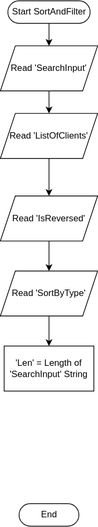
amydevs/property-client-manager keeps this draw.io diagram as docs/module-1/flowchart.drawio.svg. Above is the earlier version. Source tidied: cells renumbered, new cells last; positions are measured from the earlier drawing's top-left corner, leaving out a move shared by most shapes. Source of this version:
```xml
<mxGraphModel>
  <root>
    <mxCell id="0" />
    <mxCell id="1" parent="0" />
    <mxCell id="2" style="edgeStyle=orthogonalEdgeStyle;html=1;rounded=0;" parent="1" edge="1" source="3" target="6">
      <mxGeometry relative="1" as="geometry" />
    </mxCell>
    <mxCell id="3" value="Start SortAndFilter" style="html=1;dashed=0;whitespace=wrap;shape=mxgraph.dfd.start;" parent="1" vertex="1">
      <mxGeometry x="10" width="110" height="30" as="geometry" />
    </mxCell>
    <mxCell id="4" value="End" style="html=1;dashed=0;whitespace=wrap;shape=mxgraph.dfd.start;" parent="1" vertex="1">
      <mxGeometry x="25" y="670" width="80" height="30" as="geometry" />
    </mxCell>
    <mxCell id="5" style="edgeStyle=orthogonalEdgeStyle;html=1;rounded=0;" parent="1" edge="1" source="6" target="8">
      <mxGeometry relative="1" as="geometry" />
    </mxCell>
    <mxCell id="6" value="Read 'SearchInput'" style="shape=parallelogram;perimeter=parallelogramPerimeter;whiteSpace=wrap;html=1;fixedSize=1;" parent="1" vertex="1">
      <mxGeometry y="60" width="130" height="60" as="geometry" />
    </mxCell>
    <mxCell id="7" style="edgeStyle=orthogonalEdgeStyle;html=1;rounded=0;" parent="1" edge="1" source="8" target="10">
      <mxGeometry relative="1" as="geometry" />
    </mxCell>
    <mxCell id="8" value="Read 'ListOfClients'" style="shape=parallelogram;perimeter=parallelogramPerimeter;whiteSpace=wrap;html=1;fixedSize=1;" parent="1" vertex="1">
      <mxGeometry y="150" width="130" height="60" as="geometry" />
    </mxCell>
    <mxCell id="9" style="edgeStyle=orthogonalEdgeStyle;html=1;rounded=0;" parent="1" edge="1" source="10" target="12">
      <mxGeometry relative="1" as="geometry" />
    </mxCell>
    <mxCell id="10" value="Read 'IsReversed'" style="shape=parallelogram;perimeter=parallelogramPerimeter;whiteSpace=wrap;html=1;fixedSize=1;" parent="1" vertex="1">
      <mxGeometry y="260" width="130" height="60" as="geometry" />
    </mxCell>
    <mxCell id="11" style="edgeStyle=orthogonalEdgeStyle;rounded=0;html=1;" parent="1" edge="1" source="12" target="13">
      <mxGeometry relative="1" as="geometry" />
    </mxCell>
    <mxCell id="12" value="Read 'SortByType'" style="shape=parallelogram;perimeter=parallelogramPerimeter;whiteSpace=wrap;html=1;fixedSize=1;" parent="1" vertex="1">
      <mxGeometry y="360" width="130" height="60" as="geometry" />
    </mxCell>
    <mxCell id="13" value="'Len' = Length of 'SearchInput' String" style="rounded=0;whiteSpace=wrap;html=1;" parent="1" vertex="1">
      <mxGeometry x="5" y="460" width="120" height="60" as="geometry" />
    </mxCell>
  </root>
</mxGraphModel>
```
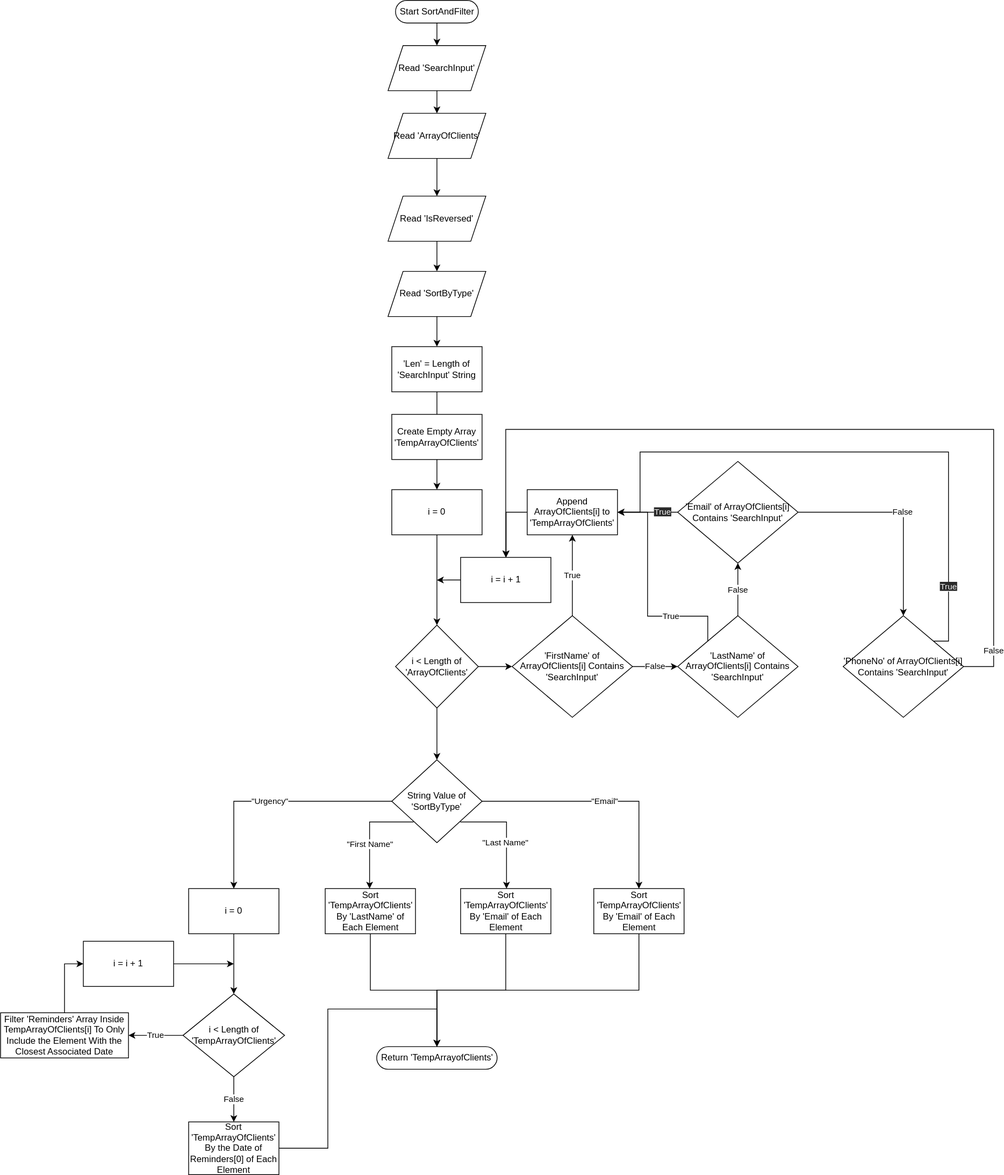
After the commit.

Change to the diagram source:
```diff
@@ -8,8 +8,8 @@
     <mxCell id="3" value="Start SortAndFilter" style="html=1;dashed=0;whitespace=wrap;shape=mxgraph.dfd.start;" parent="1" vertex="1">
       <mxGeometry x="10" width="110" height="30" as="geometry" />
     </mxCell>
-    <mxCell id="4" value="End" style="html=1;dashed=0;whitespace=wrap;shape=mxgraph.dfd.start;" parent="1" vertex="1">
-      <mxGeometry x="25" y="670" width="80" height="30" as="geometry" />
+    <mxCell id="4" value="Return 'TempArrayofClients'" style="html=1;dashed=0;whitespace=wrap;shape=mxgraph.dfd.start;" parent="1" vertex="1">
+      <mxGeometry x="-15" y="1390" width="160" height="30" as="geometry" />
     </mxCell>
     <mxCell id="5" style="edgeStyle=orthogonalEdgeStyle;html=1;rounded=0;" parent="1" edge="1" source="6" target="8">
       <mxGeometry relative="1" as="geometry" />
@@ -20,7 +20,7 @@
     <mxCell id="7" style="edgeStyle=orthogonalEdgeStyle;html=1;rounded=0;" parent="1" edge="1" source="8" target="10">
       <mxGeometry relative="1" as="geometry" />
     </mxCell>
-    <mxCell id="8" value="Read 'ListOfClients'" style="shape=parallelogram;perimeter=parallelogramPerimeter;whiteSpace=wrap;html=1;fixedSize=1;" parent="1" vertex="1">
+    <mxCell id="8" value="Read 'ArrayOfClients'" style="shape=parallelogram;perimeter=parallelogramPerimeter;whiteSpace=wrap;html=1;fixedSize=1;" parent="1" vertex="1">
       <mxGeometry y="150" width="130" height="60" as="geometry" />
     </mxCell>
     <mxCell id="9" style="edgeStyle=orthogonalEdgeStyle;html=1;rounded=0;" parent="1" edge="1" source="10" target="12">
@@ -35,8 +35,194 @@
     <mxCell id="12" value="Read 'SortByType'" style="shape=parallelogram;perimeter=parallelogramPerimeter;whiteSpace=wrap;html=1;fixedSize=1;" parent="1" vertex="1">
       <mxGeometry y="360" width="130" height="60" as="geometry" />
     </mxCell>
+    <mxCell id="14" style="edgeStyle=orthogonalEdgeStyle;html=1;rounded=0;startArrow=none;" parent="1" edge="1" source="32" target="18">
+      <mxGeometry relative="1" as="geometry" />
+    </mxCell>
     <mxCell id="13" value="'Len' = Length of 'SearchInput' String" style="rounded=0;whiteSpace=wrap;html=1;" parent="1" vertex="1">
       <mxGeometry x="5" y="460" width="120" height="60" as="geometry" />
     </mxCell>
+    <mxCell id="15" style="edgeStyle=orthogonalEdgeStyle;rounded=0;html=1;" parent="1" edge="1" source="16" target="41">
+      <mxGeometry relative="1" as="geometry" />
+    </mxCell>
+    <mxCell id="16" value="i &amp;lt; Length of 'ArrayOfClients'" style="rhombus;whiteSpace=wrap;html=1;" parent="1" vertex="1">
+      <mxGeometry x="10" y="830" width="110" height="110" as="geometry" />
+    </mxCell>
+    <mxCell id="17" style="edgeStyle=orthogonalEdgeStyle;html=1;rounded=0;" parent="1" edge="1" source="18" target="16">
+      <mxGeometry relative="1" as="geometry" />
+    </mxCell>
+    <mxCell id="18" value="i = 0" style="rounded=0;whiteSpace=wrap;html=1;" parent="1" vertex="1">
+      <mxGeometry x="5" y="650" width="120" height="60" as="geometry" />
+    </mxCell>
+    <mxCell id="19" style="edgeStyle=orthogonalEdgeStyle;rounded=0;html=1;exitX=1;exitY=0.5;exitDx=0;exitDy=0;" parent="1" edge="1" source="16" target="22">
+      <mxGeometry relative="1" as="geometry" />
+    </mxCell>
+    <mxCell id="20" value="False" style="edgeStyle=orthogonalEdgeStyle;rounded=0;html=1;" parent="1" edge="1" source="22" target="25">
+      <mxGeometry relative="1" as="geometry" />
+    </mxCell>
+    <mxCell id="21" value="True" style="edgeStyle=orthogonalEdgeStyle;rounded=0;html=1;" parent="1" edge="1" source="22" target="35">
+      <mxGeometry relative="1" as="geometry" />
+    </mxCell>
+    <mxCell id="22" value="'FirstName' of ArrayOfClients[i] Contains 'SearchInput'" style="rhombus;whiteSpace=wrap;html=1;" parent="1" vertex="1">
+      <mxGeometry x="165" y="817.5" width="160" height="135" as="geometry" />
+    </mxCell>
+    <mxCell id="23" value="False" style="edgeStyle=orthogonalEdgeStyle;rounded=0;html=1;" parent="1" edge="1" source="25" target="28">
+      <mxGeometry relative="1" as="geometry" />
+    </mxCell>
+    <mxCell id="24" value="True" style="edgeStyle=orthogonalEdgeStyle;rounded=0;html=1;exitX=0;exitY=0;exitDx=0;exitDy=0;entryX=1;entryY=0.5;entryDx=0;entryDy=0;" parent="1" edge="1" source="25" target="35">
+      <mxGeometry x="-0.43" relative="1" as="geometry">
+        <Array as="points">
+          <mxPoint x="425" y="818" />
+          <mxPoint x="345" y="818" />
+          <mxPoint x="345" y="680" />
+        </Array>
+      </mxGeometry>
+    </mxCell>
+    <mxCell id="25" value="'LastName' of ArrayOfClients[i] Contains 'SearchInput'" style="rhombus;whiteSpace=wrap;html=1;" parent="1" vertex="1">
+      <mxGeometry x="385" y="817.5" width="160" height="135" as="geometry" />
+    </mxCell>
+    <mxCell id="26" value="False" style="edgeStyle=orthogonalEdgeStyle;rounded=0;html=1;" parent="1" edge="1" source="28" target="31">
+      <mxGeometry relative="1" as="geometry" />
+    </mxCell>
+    <mxCell id="27" value="&lt;span style=&quot;color: rgb(240 , 240 , 240) ; font-family: &amp;#34;helvetica&amp;#34; ; font-size: 11px ; font-style: normal ; font-weight: 400 ; letter-spacing: normal ; text-align: center ; text-indent: 0px ; text-transform: none ; word-spacing: 0px ; background-color: rgb(42 , 42 , 42) ; display: inline ; float: none&quot;&gt;True&lt;/span&gt;" style="edgeStyle=orthogonalEdgeStyle;rounded=0;html=1;exitX=0;exitY=0.5;exitDx=0;exitDy=0;entryX=1;entryY=0.5;entryDx=0;entryDy=0;" parent="1" edge="1" source="28" target="35">
+      <mxGeometry x="-0.2" relative="1" as="geometry">
+        <Array as="points">
+          <mxPoint x="395" y="680" />
+        </Array>
+      </mxGeometry>
+    </mxCell>
+    <mxCell id="28" value="'Email' of ArrayOfClients[i] Contains 'SearchInput'" style="rhombus;whiteSpace=wrap;html=1;" parent="1" vertex="1">
+      <mxGeometry x="385" y="612.5" width="160" height="135" as="geometry" />
+    </mxCell>
+    <mxCell id="29" value="&lt;span style=&quot;color: rgb(240 , 240 , 240) ; font-family: &amp;#34;helvetica&amp;#34; ; font-size: 11px ; font-style: normal ; font-weight: 400 ; letter-spacing: normal ; text-align: center ; text-indent: 0px ; text-transform: none ; word-spacing: 0px ; background-color: rgb(42 , 42 , 42) ; display: inline ; float: none&quot;&gt;True&lt;/span&gt;" style="edgeStyle=orthogonalEdgeStyle;rounded=0;html=1;exitX=1;exitY=0;exitDx=0;exitDy=0;entryX=1;entryY=0.5;entryDx=0;entryDy=0;" parent="1" edge="1" source="31" target="35">
+      <mxGeometry x="-0.77" relative="1" as="geometry">
+        <Array as="points">
+          <mxPoint x="745" y="600" />
+          <mxPoint x="335" y="600" />
+          <mxPoint x="335" y="680" />
+        </Array>
+      </mxGeometry>
+    </mxCell>
+    <mxCell id="30" value="False" style="edgeStyle=orthogonalEdgeStyle;rounded=0;html=1;exitX=1;exitY=0.5;exitDx=0;exitDy=0;entryX=0.5;entryY=0;entryDx=0;entryDy=0;" parent="1" edge="1" source="31" target="54">
+      <mxGeometry x="-0.89" relative="1" as="geometry">
+        <Array as="points">
+          <mxPoint x="805" y="885" />
+          <mxPoint x="805" y="570" />
+          <mxPoint x="156" y="570" />
+        </Array>
+      </mxGeometry>
+    </mxCell>
+    <mxCell id="31" value="'PhoneNo' of ArrayOfClients[i] Contains 'SearchInput'" style="rhombus;whiteSpace=wrap;html=1;" parent="1" vertex="1">
+      <mxGeometry x="605" y="817.5" width="160" height="135" as="geometry" />
+    </mxCell>
+    <mxCell id="32" value="Create Empty Array 'TempArrayOfClients'" style="rounded=0;whiteSpace=wrap;html=1;" parent="1" vertex="1">
+      <mxGeometry x="5" y="550" width="120" height="60" as="geometry" />
+    </mxCell>
+    <mxCell id="33" style="edgeStyle=orthogonalEdgeStyle;html=1;rounded=0;endArrow=none;" parent="1" edge="1" source="13" target="32">
+      <mxGeometry relative="1" as="geometry" />
+    </mxCell>
+    <mxCell id="34" style="edgeStyle=orthogonalEdgeStyle;rounded=0;html=1;exitX=0;exitY=0.5;exitDx=0;exitDy=0;entryX=0.5;entryY=0;entryDx=0;entryDy=0;" parent="1" edge="1" source="35" target="54">
+      <mxGeometry relative="1" as="geometry">
+        <Array as="points">
+          <mxPoint x="157" y="680" />
+          <mxPoint x="157" y="740" />
+        </Array>
+      </mxGeometry>
+    </mxCell>
+    <mxCell id="35" value="Append ArrayOfClients[i] to 'TempArrayOfClients'" style="rounded=0;whiteSpace=wrap;html=1;" parent="1" vertex="1">
+      <mxGeometry x="185" y="650" width="120" height="60" as="geometry" />
+    </mxCell>
+    <mxCell id="36" value="&quot;First Name&quot;" style="edgeStyle=orthogonalEdgeStyle;rounded=0;html=1;exitX=0;exitY=1;exitDx=0;exitDy=0;entryX=0.5;entryY=0;entryDx=0;entryDy=0;" parent="1" edge="1">
+      <mxGeometry x="0.2" relative="1" as="geometry">
+        <mxPoint x="34" y="1091.5" as="sourcePoint" />
+        <mxPoint x="-24.5" y="1180" as="targetPoint" />
+      </mxGeometry>
+    </mxCell>
+    <mxCell id="37" style="edgeStyle=orthogonalEdgeStyle;rounded=0;html=1;exitX=1;exitY=1;exitDx=0;exitDy=0;entryX=0.5;entryY=0;entryDx=0;entryDy=0;" parent="1" edge="1">
+      <mxGeometry relative="1" as="geometry">
+        <mxPoint x="96" y="1091.5" as="sourcePoint" />
+        <mxPoint x="157.5" y="1180" as="targetPoint" />
+      </mxGeometry>
+    </mxCell>
+    <mxCell id="38" value="&quot;Last Name&quot;" style="edgeLabel;html=1;align=center;verticalAlign=middle;" parent="37" vertex="1">
+      <mxGeometry x="0.18" y="-2" relative="1" as="geometry" />
+    </mxCell>
+    <mxCell id="39" value="&quot;Email&quot;" style="edgeStyle=orthogonalEdgeStyle;rounded=0;html=1;exitX=1;exitY=0.5;exitDx=0;exitDy=0;entryX=0.5;entryY=0;entryDx=0;entryDy=0;" parent="1" edge="1" source="41" target="47">
+      <mxGeometry relative="1" as="geometry" />
+    </mxCell>
+    <mxCell id="40" value="&quot;Urgency&quot;" style="edgeStyle=orthogonalEdgeStyle;rounded=0;html=1;exitX=0;exitY=0.5;exitDx=0;exitDy=0;entryX=0.5;entryY=0;entryDx=0;entryDy=0;" parent="1" edge="1" source="41" target="52">
+      <mxGeometry relative="1" as="geometry" />
+    </mxCell>
+    <mxCell id="41" value="String Value of 'SortByType'" style="rhombus;whiteSpace=wrap;html=1;" parent="1" vertex="1">
+      <mxGeometry x="5" y="1009" width="120" height="110" as="geometry" />
+    </mxCell>
+    <mxCell id="42" style="edgeStyle=orthogonalEdgeStyle;rounded=0;html=1;exitX=0.5;exitY=1;exitDx=0;exitDy=0;entryX=0.5;entryY=0.5;entryDx=0;entryDy=-15.000000000000002;entryPerimeter=0;" parent="1" edge="1" source="43" target="4">
+      <mxGeometry relative="1" as="geometry" />
+    </mxCell>
+    <mxCell id="43" value="Sort 'TempArrayOfClients'&lt;br&gt;By 'LastName' of Each Element" style="rounded=0;whiteSpace=wrap;html=1;" parent="1" vertex="1">
+      <mxGeometry x="-83.5" y="1180" width="120" height="60" as="geometry" />
+    </mxCell>
+    <mxCell id="44" style="edgeStyle=orthogonalEdgeStyle;rounded=0;html=1;exitX=0.5;exitY=1;exitDx=0;exitDy=0;entryX=0.5;entryY=0.5;entryDx=0;entryDy=-15.000000000000002;entryPerimeter=0;" parent="1" edge="1" source="45" target="4">
+      <mxGeometry relative="1" as="geometry" />
+    </mxCell>
+    <mxCell id="45" value="Sort 'TempArrayOfClients'&lt;br&gt;By 'Email' of Each Element" style="rounded=0;whiteSpace=wrap;html=1;" parent="1" vertex="1">
+      <mxGeometry x="96.5" y="1180" width="120" height="60" as="geometry" />
+    </mxCell>
+    <mxCell id="46" style="edgeStyle=orthogonalEdgeStyle;rounded=0;html=1;exitX=0.5;exitY=1;exitDx=0;exitDy=0;" parent="1" edge="1" source="47">
+      <mxGeometry relative="1" as="geometry">
+        <mxPoint x="65" y="1390" as="targetPoint" />
+      </mxGeometry>
+    </mxCell>
+    <mxCell id="47" value="Sort 'TempArrayOfClients'&lt;br&gt;By 'Email' of Each Element" style="rounded=0;whiteSpace=wrap;html=1;" parent="1" vertex="1">
+      <mxGeometry x="273.5" y="1180" width="120" height="60" as="geometry" />
+    </mxCell>
+    <mxCell id="48" value="True" style="edgeStyle=orthogonalEdgeStyle;rounded=0;html=1;exitX=0;exitY=0.5;exitDx=0;exitDy=0;entryX=1;entryY=0.5;entryDx=0;entryDy=0;" parent="1" edge="1" source="50" target="58">
+      <mxGeometry relative="1" as="geometry" />
+    </mxCell>
+    <mxCell id="49" value="False" style="edgeStyle=orthogonalEdgeStyle;rounded=0;html=1;" parent="1" edge="1" source="50" target="60">
+      <mxGeometry relative="1" as="geometry" />
+    </mxCell>
+    <mxCell id="50" value="i &amp;lt; Length of 'TempArrayOfClients'" style="rhombus;whiteSpace=wrap;html=1;" parent="1" vertex="1">
+      <mxGeometry x="-272.5" y="1320" width="135" height="110" as="geometry" />
+    </mxCell>
+    <mxCell id="51" style="edgeStyle=orthogonalEdgeStyle;rounded=0;html=1;" parent="1" edge="1" source="52" target="50">
+      <mxGeometry relative="1" as="geometry" />
+    </mxCell>
+    <mxCell id="52" value="i = 0" style="rounded=0;whiteSpace=wrap;html=1;" parent="1" vertex="1">
+      <mxGeometry x="-265" y="1180" width="120" height="60" as="geometry" />
+    </mxCell>
+    <mxCell id="53" style="edgeStyle=orthogonalEdgeStyle;rounded=0;html=1;exitX=0;exitY=0.5;exitDx=0;exitDy=0;" parent="1" edge="1" source="54">
+      <mxGeometry relative="1" as="geometry">
+        <mxPoint x="65" y="770.1" as="targetPoint" />
+      </mxGeometry>
+    </mxCell>
+    <mxCell id="54" value="i = i + 1" style="whiteSpace=wrap;html=1;" parent="1" vertex="1">
+      <mxGeometry x="96.5" y="740" width="120" height="60" as="geometry" />
+    </mxCell>
+    <mxCell id="55" style="edgeStyle=orthogonalEdgeStyle;rounded=0;html=1;exitX=1;exitY=0.5;exitDx=0;exitDy=0;" parent="1" edge="1" source="56">
+      <mxGeometry relative="1" as="geometry">
+        <mxPoint x="-205" y="1280" as="targetPoint" />
+      </mxGeometry>
+    </mxCell>
+    <mxCell id="56" value="i = i + 1" style="whiteSpace=wrap;html=1;" parent="1" vertex="1">
+      <mxGeometry x="-405" y="1250" width="120" height="60" as="geometry" />
+    </mxCell>
+    <mxCell id="57" style="edgeStyle=orthogonalEdgeStyle;rounded=0;html=1;exitX=0.5;exitY=0;exitDx=0;exitDy=0;entryX=0;entryY=0.5;entryDx=0;entryDy=0;" parent="1" edge="1" source="58" target="56">
+      <mxGeometry relative="1" as="geometry" />
+    </mxCell>
+    <mxCell id="58" value="Filter 'Reminders' Array Inside TempArrayOfClients[i] To Only Include the Element With the Closest Associated Date" style="whiteSpace=wrap;html=1;" parent="1" vertex="1">
+      <mxGeometry x="-515" y="1345" width="170" height="60" as="geometry" />
+    </mxCell>
+    <mxCell id="59" style="edgeStyle=orthogonalEdgeStyle;rounded=0;html=1;exitX=1;exitY=0.5;exitDx=0;exitDy=0;entryX=0.5;entryY=0.5;entryDx=0;entryDy=-15;entryPerimeter=0;" parent="1" edge="1" source="60" target="4">
+      <mxGeometry relative="1" as="geometry">
+        <Array as="points">
+          <mxPoint x="-80" y="1525" />
+          <mxPoint x="-80" y="1340" />
+          <mxPoint x="65" y="1340" />
+        </Array>
+      </mxGeometry>
+    </mxCell>
+    <mxCell id="60" value="Sort 'TempArrayOfClients'&lt;br&gt;By the Date of Reminders[0] of Each Element" style="rounded=0;whiteSpace=wrap;html=1;" parent="1" vertex="1">
+      <mxGeometry x="-265" y="1490" width="120" height="70" as="geometry" />
+    </mxCell>
   </root>
 </mxGraphModel>
```
